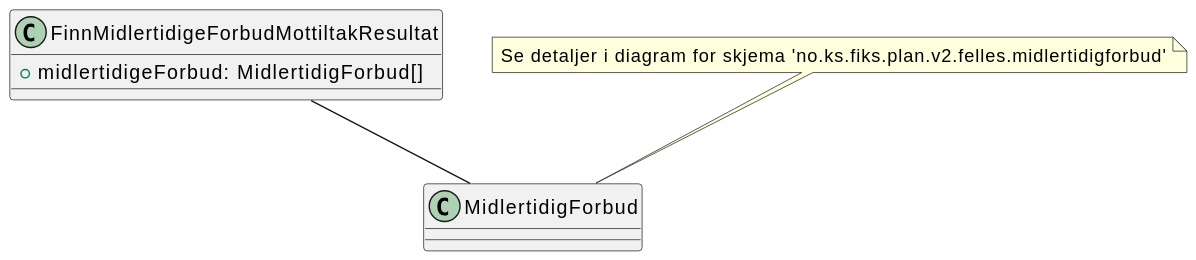
This is Dokumentasjon/V2/ClassDiagrams/no.ks.fiks.plan.v2.innsyn.midlertidigeforbudmottiltak.finn.resultat/midlertidigeforbudmottiltak-finn-resultat.svg from ks-no/fiks-plan-specification, a PlantUML export, as it was before one commit. Source of this version:
```plantuml
@startuml
class FinnMidlertidigeForbudMottiltakResultat {
    +midlertidigeForbud: MidlertidigForbud[]
}

FinnMidlertidigeForbudMottiltakResultat -- MidlertidigForbud

note top of MidlertidigForbud : Se detaljer i diagram for skjema 'no.ks.fiks.plan.v2.felles.midlertidigforbud'
@enduml
```
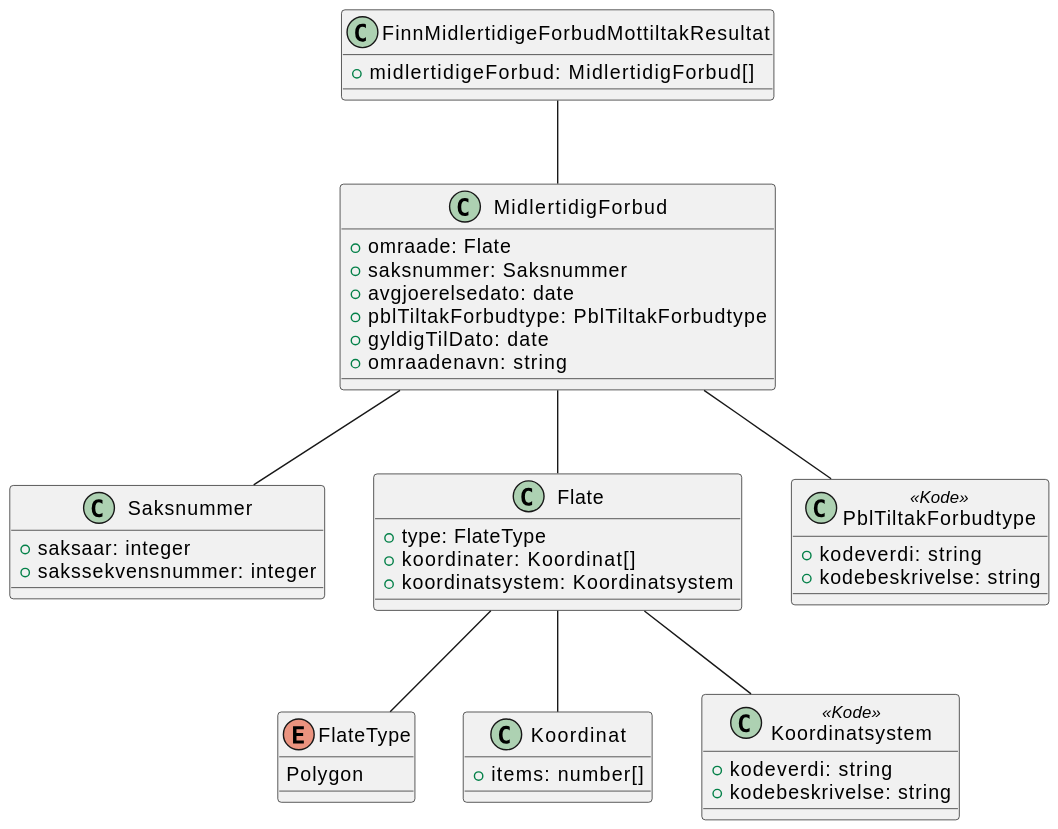
The same diagram one commit later.

What changed in the source:
```diff
@@ -1,9 +1,9 @@
 @startuml
+!include ./../no.ks.fiks.plan.v2.felles.midlertidigforbud/midlertidigforbud.pu
+
 class FinnMidlertidigeForbudMottiltakResultat {
     +midlertidigeForbud: MidlertidigForbud[]
 }
 
 FinnMidlertidigeForbudMottiltakResultat -- MidlertidigForbud
-
-note top of MidlertidigForbud : Se detaljer i diagram for skjema 'no.ks.fiks.plan.v2.felles.midlertidigforbud'
 @enduml
```
